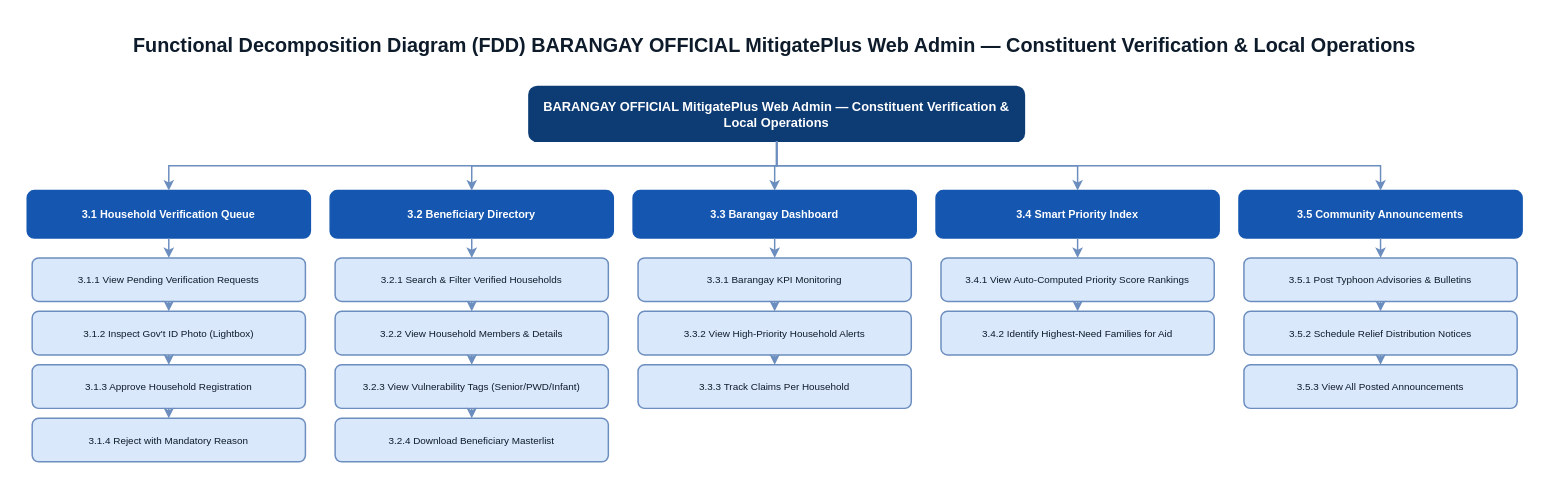
The draw.io diagram MitigatePlus_Capstone_Diagrams/03c_FDD_Barangay_Admin.drawio in ellicaonggoco/Post-MitigatePlus, before the edit. Source tidied: cells renumbered, new cells numbered last; positions are measured from the earlier drawing's top-left corner, leaving out a move shared by most shapes. Both pictures are drawn from the tidied source at 99%, with x=0, y=0 at pixel (17, 17).
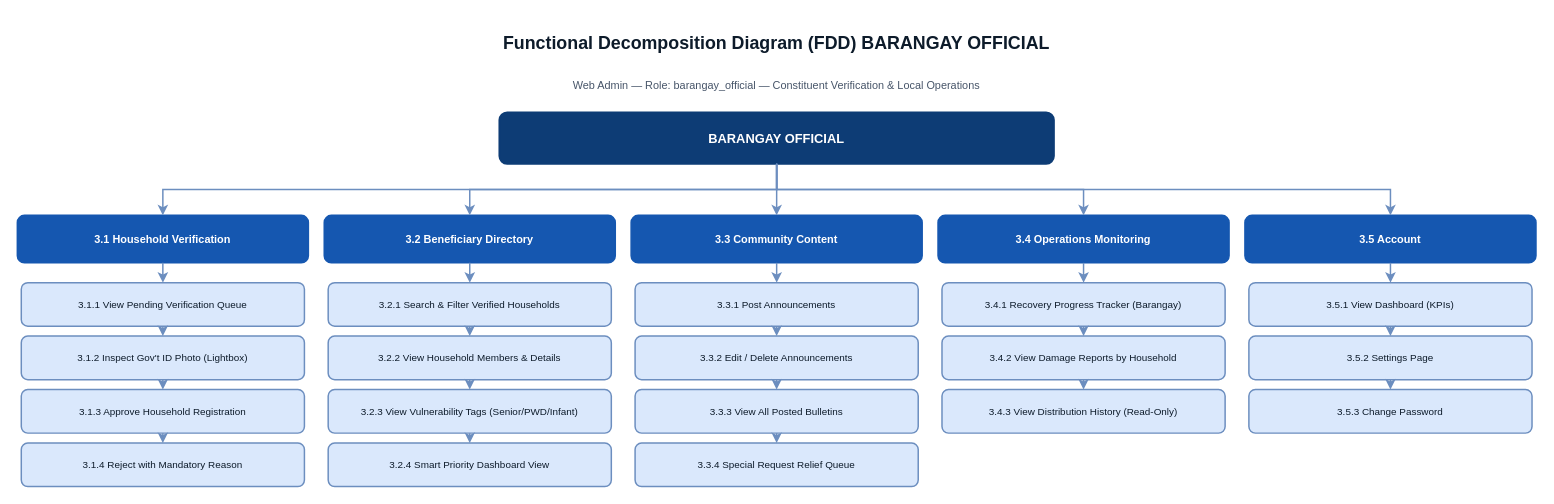
The same page after the edit.

What changed in the source:
```diff
@@
-    <mxCell id="2" value="Functional Decomposition Diagram (FDD) BARANGAY OFFICIAL MitigatePlus Web Admin — Constituent Verification &amp; Local Operations" style="text;html=0;strokeColor=none;fillColor=none;align=center;verticalAlign=middle;whiteSpace=wrap;fontSize=20;fontStyle=1;fontColor=#0D1B2A;" parent="1" vertex="1">
-      <mxGeometry width="1530" height="55" as="geometry" />
+    <mxCell id="2" value="Functional Decomposition Diagram (FDD) BARANGAY OFFICIAL" style="text;html=0;strokeColor=none;fillColor=none;align=center;verticalAlign=middle;whiteSpace=wrap;fontSize=18;fontStyle=1;fontColor=#0D1B2A;" parent="1" vertex="1">
+      <mxGeometry width="1534" height="52" as="geometry" />
     </mxCell>
+    <mxCell id="46" value="Web Admin — Role: barangay_official — Constituent Verification &amp; Local Operations" style="text;html=0;strokeColor=none;fillColor=none;align=center;verticalAlign=middle;whiteSpace=wrap;fontSize=11;fontColor=#475569;" parent="1" vertex="1">
+      <mxGeometry y="54" width="1534" height="30" as="geometry" />
+    </mxCell>
-    <mxCell id="3" value="BARANGAY OFFICIAL MitigatePlus Web Admin — Constituent Verification &amp; Local Operations" style="rounded=1;whiteSpace=wrap;html=0;fillColor=#0D3C75;strokeColor=#0D3C75;strokeWidth=2;fontSize=13;fontStyle=1;fontColor=#FFFFFF;" parent="1" vertex="1">
-      <mxGeometry x="517" y="70" width="500" height="55" as="geometry" />
+    <mxCell id="3" value="BARANGAY OFFICIAL" style="rounded=1;whiteSpace=wrap;html=0;fillColor=#0D3C75;strokeColor=#0D3C75;strokeWidth=2;fontSize=13;fontStyle=1;fontColor=#FFFFFF;" parent="1" vertex="1">
+      <mxGeometry x="487" y="96" width="560" height="52" as="geometry" />
     </mxCell>
-    <mxCell id="4" value="3.1 Household Verification Queue" style="rounded=1;whiteSpace=wrap;html=0;fillColor=#1557B0;strokeColor=#1557B0;strokeWidth=1.5;fontSize=11;fontStyle=1;fontColor=#FFFFFF;" parent="1" vertex="1">
-      <mxGeometry x="10" y="175" width="286" height="48" as="geometry" />
+    <mxCell id="4" value="3.1 Household Verification" style="rounded=1;whiteSpace=wrap;html=0;fillColor=#1557B0;strokeColor=#1557B0;strokeWidth=1.5;fontSize=11;fontStyle=1;fontColor=#FFFFFF;" parent="1" vertex="1">
+      <mxGeometry y="200" width="294" height="48" as="geometry" />
     </mxCell>
@@
-    <mxCell id="6" value="3.1.1 View Pending Verification Requests" style="rounded=1;whiteSpace=wrap;html=0;fillColor=#DAE8FC;strokeColor=#6C8EBF;strokeWidth=1.5;fontSize=10;fontColor=#0D1B2A;" parent="1" vertex="1">
-      <mxGeometry x="15" y="243" width="276" height="44" as="geometry" />
+    <mxCell id="6" value="3.1.1 View Pending Verification Queue" style="rounded=1;whiteSpace=wrap;html=0;fillColor=#DAE8FC;strokeColor=#6C8EBF;strokeWidth=1.5;fontSize=10;fontColor=#0D1B2A;" parent="1" vertex="1">
+      <mxGeometry x="4" y="268" width="286" height="44" as="geometry" />
     </mxCell>
@@
     <mxCell id="8" value="3.1.2 Inspect Gov't ID Photo (Lightbox)" style="rounded=1;whiteSpace=wrap;html=0;fillColor=#DAE8FC;strokeColor=#6C8EBF;strokeWidth=1.5;fontSize=10;fontColor=#0D1B2A;" parent="1" vertex="1">
-      <mxGeometry x="15" y="297" width="276" height="44" as="geometry" />
+      <mxGeometry x="4" y="322" width="286" height="44" as="geometry" />
     </mxCell>
@@
     <mxCell id="10" value="3.1.3 Approve Household Registration" style="rounded=1;whiteSpace=wrap;html=0;fillColor=#DAE8FC;strokeColor=#6C8EBF;strokeWidth=1.5;fontSize=10;fontColor=#0D1B2A;" parent="1" vertex="1">
-      <mxGeometry x="15" y="351" width="276" height="44" as="geometry" />
+      <mxGeometry x="4" y="376" width="286" height="44" as="geometry" />
     </mxCell>
@@
     <mxCell id="12" value="3.1.4 Reject with Mandatory Reason" style="rounded=1;whiteSpace=wrap;html=0;fillColor=#DAE8FC;strokeColor=#6C8EBF;strokeWidth=1.5;fontSize=10;fontColor=#0D1B2A;" parent="1" vertex="1">
-      <mxGeometry x="15" y="405" width="276" height="44" as="geometry" />
+      <mxGeometry x="4" y="430" width="286" height="44" as="geometry" />
     </mxCell>
@@
     <mxCell id="14" value="3.2 Beneficiary Directory" style="rounded=1;whiteSpace=wrap;html=0;fillColor=#1557B0;strokeColor=#1557B0;strokeWidth=1.5;fontSize=11;fontStyle=1;fontColor=#FFFFFF;" parent="1" vertex="1">
-      <mxGeometry x="316" y="175" width="286" height="48" as="geometry" />
+      <mxGeometry x="310" y="200" width="294" height="48" as="geometry" />
     </mxCell>
@@
     <mxCell id="16" value="3.2.1 Search &amp; Filter Verified Households" style="rounded=1;whiteSpace=wrap;html=0;fillColor=#DAE8FC;strokeColor=#6C8EBF;strokeWidth=1.5;fontSize=10;fontColor=#0D1B2A;" parent="1" vertex="1">
-      <mxGeometry x="321" y="243" width="276" height="44" as="geometry" />
+      <mxGeometry x="314" y="268" width="286" height="44" as="geometry" />
     </mxCell>
@@
     <mxCell id="18" value="3.2.2 View Household Members &amp; Details" style="rounded=1;whiteSpace=wrap;html=0;fillColor=#DAE8FC;strokeColor=#6C8EBF;strokeWidth=1.5;fontSize=10;fontColor=#0D1B2A;" parent="1" vertex="1">
-      <mxGeometry x="321" y="297" width="276" height="44" as="geometry" />
+      <mxGeometry x="314" y="322" width="286" height="44" as="geometry" />
     </mxCell>
@@
     <mxCell id="20" value="3.2.3 View Vulnerability Tags (Senior/PWD/Infant)" style="rounded=1;whiteSpace=wrap;html=0;fillColor=#DAE8FC;strokeColor=#6C8EBF;strokeWidth=1.5;fontSize=10;fontColor=#0D1B2A;" parent="1" vertex="1">
-      <mxGeometry x="321" y="351" width="276" height="44" as="geometry" />
+      <mxGeometry x="314" y="376" width="286" height="44" as="geometry" />
     </mxCell>
@@
-    <mxCell id="22" value="3.2.4 Download Beneficiary Masterlist" style="rounded=1;whiteSpace=wrap;html=0;fillColor=#DAE8FC;strokeColor=#6C8EBF;strokeWidth=1.5;fontSize=10;fontColor=#0D1B2A;" parent="1" vertex="1">
-      <mxGeometry x="321" y="405" width="276" height="44" as="geometry" />
+    <mxCell id="22" value="3.2.4 Smart Priority Dashboard View" style="rounded=1;whiteSpace=wrap;html=0;fillColor=#DAE8FC;strokeColor=#6C8EBF;strokeWidth=1.5;fontSize=10;fontColor=#0D1B2A;" parent="1" vertex="1">
+      <mxGeometry x="314" y="430" width="286" height="44" as="geometry" />
     </mxCell>
@@
-    <mxCell id="24" value="3.3 Barangay Dashboard" style="rounded=1;whiteSpace=wrap;html=0;fillColor=#1557B0;strokeColor=#1557B0;strokeWidth=1.5;fontSize=11;fontStyle=1;fontColor=#FFFFFF;" parent="1" vertex="1">
-      <mxGeometry x="622" y="175" width="286" height="48" as="geometry" />
+    <mxCell id="24" value="3.3 Community Content" style="rounded=1;whiteSpace=wrap;html=0;fillColor=#1557B0;strokeColor=#1557B0;strokeWidth=1.5;fontSize=11;fontStyle=1;fontColor=#FFFFFF;" parent="1" vertex="1">
+      <mxGeometry x="620" y="200" width="294" height="48" as="geometry" />
     </mxCell>
@@
-    <mxCell id="26" value="3.3.1 Barangay KPI Monitoring" style="rounded=1;whiteSpace=wrap;html=0;fillColor=#DAE8FC;strokeColor=#6C8EBF;strokeWidth=1.5;fontSize=10;fontColor=#0D1B2A;" parent="1" vertex="1">
-      <mxGeometry x="627" y="243" width="276" height="44" as="geometry" />
+    <mxCell id="26" value="3.3.1 Post Announcements" style="rounded=1;whiteSpace=wrap;html=0;fillColor=#DAE8FC;strokeColor=#6C8EBF;strokeWidth=1.5;fontSize=10;fontColor=#0D1B2A;" parent="1" vertex="1">
+      <mxGeometry x="624" y="268" width="286" height="44" as="geometry" />
     </mxCell>
@@
-    <mxCell id="28" value="3.3.2 View High-Priority Household Alerts" style="rounded=1;whiteSpace=wrap;html=0;fillColor=#DAE8FC;strokeColor=#6C8EBF;strokeWidth=1.5;fontSize=10;fontColor=#0D1B2A;" parent="1" vertex="1">
-      <mxGeometry x="627" y="297" width="276" height="44" as="geometry" />
+    <mxCell id="28" value="3.3.2 Edit / Delete Announcements" style="rounded=1;whiteSpace=wrap;html=0;fillColor=#DAE8FC;strokeColor=#6C8EBF;strokeWidth=1.5;fontSize=10;fontColor=#0D1B2A;" parent="1" vertex="1">
+      <mxGeometry x="624" y="322" width="286" height="44" as="geometry" />
     </mxCell>
@@
-    <mxCell id="30" value="3.3.3 Track Claims Per Household" style="rounded=1;whiteSpace=wrap;html=0;fillColor=#DAE8FC;strokeColor=#6C8EBF;strokeWidth=1.5;fontSize=10;fontColor=#0D1B2A;" parent="1" vertex="1">
-      <mxGeometry x="627" y="351" width="276" height="44" as="geometry" />
+    <mxCell id="30" value="3.3.3 View All Posted Bulletins" style="rounded=1;whiteSpace=wrap;html=0;fillColor=#DAE8FC;strokeColor=#6C8EBF;strokeWidth=1.5;fontSize=10;fontColor=#0D1B2A;" parent="1" vertex="1">
+      <mxGeometry x="624" y="376" width="286" height="44" as="geometry" />
     </mxCell>
@@
+    <mxCell id="47" value="3.3.4 Special Request Relief Queue" style="rounded=1;whiteSpace=wrap;html=0;fillColor=#DAE8FC;strokeColor=#6C8EBF;strokeWidth=1.5;fontSize=10;fontColor=#0D1B2A;" parent="1" vertex="1">
+      <mxGeometry x="624" y="430" width="286" height="44" as="geometry" />
+    </mxCell>
+    <mxCell id="48" style="edgeStyle=orthogonalEdgeStyle;rounded=0;html=1;strokeWidth=1.5;strokeColor=#6C8EBF;exitX=0.5;exitY=1;entryX=0.5;entryY=0;" parent="1" edge="1" source="30" target="47">
+      <mxGeometry relative="1" as="geometry" />
+    </mxCell>
-    <mxCell id="32" value="3.4 Smart Priority Index" style="rounded=1;whiteSpace=wrap;html=0;fillColor=#1557B0;strokeColor=#1557B0;strokeWidth=1.5;fontSize=11;fontStyle=1;fontColor=#FFFFFF;" parent="1" vertex="1">
-      <mxGeometry x="928" y="175" width="286" height="48" as="geometry" />
+    <mxCell id="32" value="3.4 Operations Monitoring" style="rounded=1;whiteSpace=wrap;html=0;fillColor=#1557B0;strokeColor=#1557B0;strokeWidth=1.5;fontSize=11;fontStyle=1;fontColor=#FFFFFF;" parent="1" vertex="1">
+      <mxGeometry x="930" y="200" width="294" height="48" as="geometry" />
     </mxCell>
@@
-    <mxCell id="34" value="3.4.1 View Auto-Computed Priority Score Rankings" style="rounded=1;whiteSpace=wrap;html=0;fillColor=#DAE8FC;strokeColor=#6C8EBF;strokeWidth=1.5;fontSize=10;fontColor=#0D1B2A;" parent="1" vertex="1">
-      <mxGeometry x="933" y="243" width="276" height="44" as="geometry" />
+    <mxCell id="34" value="3.4.1 Recovery Progress Tracker (Barangay)" style="rounded=1;whiteSpace=wrap;html=0;fillColor=#DAE8FC;strokeColor=#6C8EBF;strokeWidth=1.5;fontSize=10;fontColor=#0D1B2A;" parent="1" vertex="1">
+      <mxGeometry x="934" y="268" width="286" height="44" as="geometry" />
     </mxCell>
@@
-    <mxCell id="36" value="3.4.2 Identify Highest-Need Families for Aid" style="rounded=1;whiteSpace=wrap;html=0;fillColor=#DAE8FC;strokeColor=#6C8EBF;strokeWidth=1.5;fontSize=10;fontColor=#0D1B2A;" parent="1" vertex="1">
-      <mxGeometry x="933" y="297" width="276" height="44" as="geometry" />
+    <mxCell id="36" value="3.4.2 View Damage Reports by Household" style="rounded=1;whiteSpace=wrap;html=0;fillColor=#DAE8FC;strokeColor=#6C8EBF;strokeWidth=1.5;fontSize=10;fontColor=#0D1B2A;" parent="1" vertex="1">
+      <mxGeometry x="934" y="322" width="286" height="44" as="geometry" />
     </mxCell>
@@
+    <mxCell id="49" value="3.4.3 View Distribution History (Read-Only)" style="rounded=1;whiteSpace=wrap;html=0;fillColor=#DAE8FC;strokeColor=#6C8EBF;strokeWidth=1.5;fontSize=10;fontColor=#0D1B2A;" parent="1" vertex="1">
+      <mxGeometry x="934" y="376" width="286" height="44" as="geometry" />
+    </mxCell>
+    <mxCell id="50" style="edgeStyle=orthogonalEdgeStyle;rounded=0;html=1;strokeWidth=1.5;strokeColor=#6C8EBF;exitX=0.5;exitY=1;entryX=0.5;entryY=0;" parent="1" edge="1" source="36" target="49">
+      <mxGeometry relative="1" as="geometry" />
+    </mxCell>
-    <mxCell id="38" value="3.5 Community Announcements" style="rounded=1;whiteSpace=wrap;html=0;fillColor=#1557B0;strokeColor=#1557B0;strokeWidth=1.5;fontSize=11;fontStyle=1;fontColor=#FFFFFF;" parent="1" vertex="1">
-      <mxGeometry x="1234" y="175" width="286" height="48" as="geometry" />
+    <mxCell id="38" value="3.5 Account" style="rounded=1;whiteSpace=wrap;html=0;fillColor=#1557B0;strokeColor=#1557B0;strokeWidth=1.5;fontSize=11;fontStyle=1;fontColor=#FFFFFF;" parent="1" vertex="1">
+      <mxGeometry x="1240" y="200" width="294" height="48" as="geometry" />
     </mxCell>
@@
-    <mxCell id="40" value="3.5.1 Post Typhoon Advisories &amp; Bulletins" style="rounded=1;whiteSpace=wrap;html=0;fillColor=#DAE8FC;strokeColor=#6C8EBF;strokeWidth=1.5;fontSize=10;fontColor=#0D1B2A;" parent="1" vertex="1">
-      <mxGeometry x="1239" y="243" width="276" height="44" as="geometry" />
+    <mxCell id="40" value="3.5.1 View Dashboard (KPIs)" style="rounded=1;whiteSpace=wrap;html=0;fillColor=#DAE8FC;strokeColor=#6C8EBF;strokeWidth=1.5;fontSize=10;fontColor=#0D1B2A;" parent="1" vertex="1">
+      <mxGeometry x="1244" y="268" width="286" height="44" as="geometry" />
     </mxCell>
@@
-    <mxCell id="42" value="3.5.2 Schedule Relief Distribution Notices" style="rounded=1;whiteSpace=wrap;html=0;fillColor=#DAE8FC;strokeColor=#6C8EBF;strokeWidth=1.5;fontSize=10;fontColor=#0D1B2A;" parent="1" vertex="1">
-      <mxGeometry x="1239" y="297" width="276" height="44" as="geometry" />
+    <mxCell id="42" value="3.5.2 Settings Page" style="rounded=1;whiteSpace=wrap;html=0;fillColor=#DAE8FC;strokeColor=#6C8EBF;strokeWidth=1.5;fontSize=10;fontColor=#0D1B2A;" parent="1" vertex="1">
+      <mxGeometry x="1244" y="322" width="286" height="44" as="geometry" />
     </mxCell>
@@
-    <mxCell id="44" value="3.5.3 View All Posted Announcements" style="rounded=1;whiteSpace=wrap;html=0;fillColor=#DAE8FC;strokeColor=#6C8EBF;strokeWidth=1.5;fontSize=10;fontColor=#0D1B2A;" parent="1" vertex="1">
-      <mxGeometry x="1239" y="351" width="276" height="44" as="geometry" />
+    <mxCell id="44" value="3.5.3 Change Password" style="rounded=1;whiteSpace=wrap;html=0;fillColor=#DAE8FC;strokeColor=#6C8EBF;strokeWidth=1.5;fontSize=10;fontColor=#0D1B2A;" parent="1" vertex="1">
+      <mxGeometry x="1244" y="376" width="286" height="44" as="geometry" />
     </mxCell>
```
